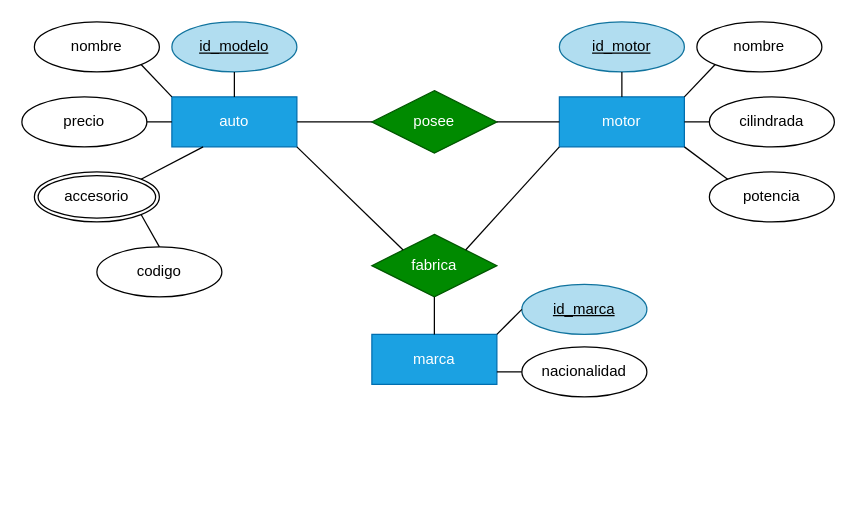
Earlier version of the draw.io diagram practica/Requerimiento 8 DER.drawio (RaTon84/Base-de-datos-UNAHUR). Source tidied: cells renumbered, new cells numbered last; positions are measured from the earlier drawing's top-left corner, leaving out a move shared by most shapes. Both pictures are drawn from the tidied source at 125%, with x=0, y=0 at pixel (21, 21).
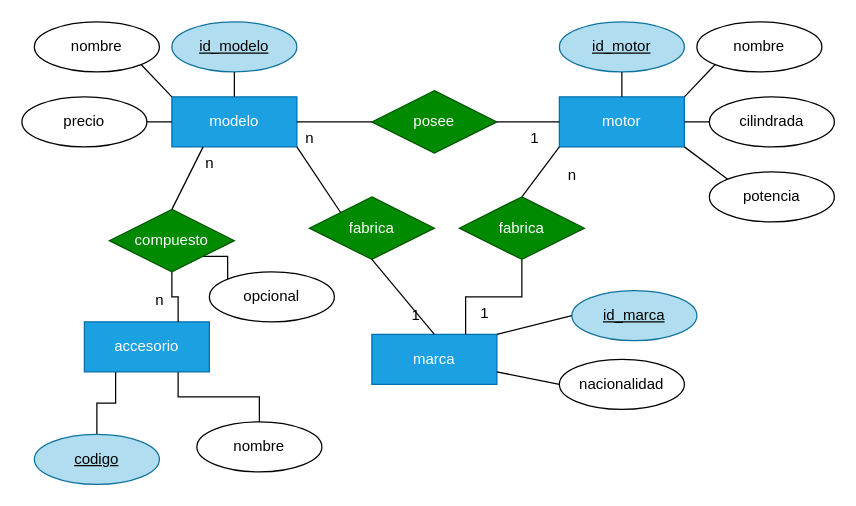
The same page after the edit.

The change refers to these unchanged cells:
```xml
<mxCell id="6" value="motor" style="whiteSpace=wrap;html=1;align=center;fillColor=#1ba1e2;fontColor=#ffffff;strokeColor=#006EAF;" parent="1" vertex="1">
  <mxGeometry x="430" y="60" width="100" height="40" as="geometry" />
</mxCell>
<mxCell id="11" value="marca" style="whiteSpace=wrap;html=1;align=center;fillColor=#1ba1e2;fontColor=#ffffff;strokeColor=#006EAF;" parent="1" vertex="1">
  <mxGeometry x="280" y="250" width="100" height="40" as="geometry" />
</mxCell>
```

What changed in the source:
```diff
@@
-    <mxCell id="2" value="auto" style="whiteSpace=wrap;html=1;align=center;fillColor=#1ba1e2;fontColor=#ffffff;strokeColor=#006EAF;" parent="1" vertex="1">
+    <mxCell id="2" value="modelo" style="whiteSpace=wrap;html=1;align=center;fillColor=#1ba1e2;fontColor=#ffffff;strokeColor=#006EAF;" parent="1" vertex="1">
       <mxGeometry x="120" y="60" width="100" height="40" as="geometry" />
     </mxCell>
@@
     <mxCell id="10" value="nacionalidad" style="ellipse;whiteSpace=wrap;html=1;align=center;" parent="1" vertex="1">
-      <mxGeometry x="400" y="260" width="100" height="40" as="geometry" />
+      <mxGeometry x="430" y="270" width="100" height="40" as="geometry" />
     </mxCell>
@@
-    <mxCell id="12" value="accesorio" style="ellipse;shape=doubleEllipse;margin=3;whiteSpace=wrap;html=1;align=center;" parent="1" vertex="1">
-      <mxGeometry x="10" y="120" width="100" height="40" as="geometry" />
-    </mxCell>
-    <mxCell id="13" value="codigo" style="ellipse;whiteSpace=wrap;html=1;align=center;" parent="1" vertex="1">
-      <mxGeometry x="60" y="180" width="100" height="40" as="geometry" />
-    </mxCell>
@@
     <mxCell id="15" value="id_marca" style="ellipse;whiteSpace=wrap;html=1;align=center;fontStyle=4;fillColor=#b1ddf0;strokeColor=#10739e;" parent="1" vertex="1">
-      <mxGeometry x="400" y="210" width="100" height="40" as="geometry" />
+      <mxGeometry x="440" y="215" width="100" height="40" as="geometry" />
     </mxCell>
@@
     <mxCell id="19" value="fabrica" style="shape=rhombus;perimeter=rhombusPerimeter;whiteSpace=wrap;html=1;align=center;fillColor=#008a00;fontColor=#ffffff;strokeColor=#005700;" parent="1" vertex="1">
-      <mxGeometry x="280" y="170" width="100" height="50" as="geometry" />
+      <mxGeometry x="230" y="140" width="100" height="50" as="geometry" />
     </mxCell>
@@
-    <mxCell id="21" style="endArrow=none;html=1;rounded=0;exitX=0;exitY=1;exitDx=0;exitDy=0;entryX=1;entryY=0;entryDx=0;entryDy=0;" parent="1" edge="1" source="6" target="19">
+    <mxCell id="21" style="endArrow=none;html=1;rounded=0;exitX=0;exitY=1;exitDx=0;exitDy=0;entryX=0.5;entryY=0;entryDx=0;entryDy=0;" parent="1" edge="1" source="6" target="46">
       <mxGeometry relative="1" as="geometry" />
     </mxCell>
@@
-    <mxCell id="32" style="endArrow=none;html=1;rounded=0;exitX=0.25;exitY=1;exitDx=0;exitDy=0;entryX=1;entryY=0;entryDx=0;entryDy=0;" parent="1" edge="1" source="2" target="12">
+    <mxCell id="32" style="endArrow=none;html=1;rounded=0;exitX=0.25;exitY=1;exitDx=0;exitDy=0;entryX=0.5;entryY=0;entryDx=0;entryDy=0;" parent="1" edge="1" source="2" target="37">
       <mxGeometry relative="1" as="geometry" />
     </mxCell>
-    <mxCell id="33" style="endArrow=none;html=1;rounded=0;exitX=1;exitY=1;exitDx=0;exitDy=0;entryX=0.5;entryY=0;entryDx=0;entryDy=0;" parent="1" edge="1" source="12" target="13">
+    <mxCell id="33" style="edgeStyle=orthogonalEdgeStyle;rounded=0;jettySize=auto;html=1;exitX=0.25;exitY=1;exitDx=0;exitDy=0;entryX=0.5;entryY=0;entryDx=0;entryDy=0;endArrow=none;endFill=0;" parent="1" edge="1" source="12" target="13">
       <mxGeometry relative="1" as="geometry" />
     </mxCell>
+    <mxCell id="34" style="edgeStyle=orthogonalEdgeStyle;rounded=0;jettySize=auto;html=1;exitX=0.75;exitY=1;exitDx=0;exitDy=0;entryX=0.5;entryY=0;entryDx=0;entryDy=0;endArrow=none;endFill=0;" parent="1" edge="1" source="12" target="38">
+      <mxGeometry relative="1" as="geometry" />
+    </mxCell>
+    <mxCell id="12" value="accesorio" style="whiteSpace=wrap;html=1;align=center;fillColor=#1ba1e2;fontColor=#ffffff;strokeColor=#006EAF;" parent="1" vertex="1">
+      <mxGeometry x="50" y="240" width="100" height="40" as="geometry" />
+    </mxCell>
+    <mxCell id="35" style="edgeStyle=orthogonalEdgeStyle;rounded=0;jettySize=auto;html=1;exitX=0.5;exitY=1;exitDx=0;exitDy=0;entryX=0.75;entryY=0;entryDx=0;entryDy=0;endArrow=none;endFill=0;" parent="1" edge="1" source="37" target="12">
+      <mxGeometry relative="1" as="geometry" />
+    </mxCell>
+    <mxCell id="36" style="edgeStyle=orthogonalEdgeStyle;rounded=0;jettySize=auto;html=1;exitX=1;exitY=1;exitDx=0;exitDy=0;entryX=0;entryY=0;entryDx=0;entryDy=0;endArrow=none;endFill=0;" parent="1" edge="1" source="37" target="39">
+      <mxGeometry relative="1" as="geometry" />
+    </mxCell>
+    <mxCell id="37" value="compuesto" style="shape=rhombus;perimeter=rhombusPerimeter;whiteSpace=wrap;html=1;align=center;fillColor=#008a00;fontColor=#ffffff;strokeColor=#005700;" parent="1" vertex="1">
+      <mxGeometry x="70" y="150" width="100" height="50" as="geometry" />
+    </mxCell>
+    <mxCell id="13" value="codigo" style="ellipse;whiteSpace=wrap;html=1;align=center;fontStyle=4;fillColor=#b1ddf0;strokeColor=#10739e;" parent="1" vertex="1">
+      <mxGeometry x="10" y="330" width="100" height="40" as="geometry" />
+    </mxCell>
+    <mxCell id="38" value="nombre" style="ellipse;whiteSpace=wrap;html=1;align=center;" parent="1" vertex="1">
+      <mxGeometry x="140" y="320" width="100" height="40" as="geometry" />
+    </mxCell>
+    <mxCell id="39" value="opcional" style="ellipse;whiteSpace=wrap;html=1;align=center;" parent="1" vertex="1">
+      <mxGeometry x="150" y="200" width="100" height="40" as="geometry" />
+    </mxCell>
+    <mxCell id="40" value="n" style="text;html=1;align=center;verticalAlign=middle;strokeColor=none;fillColor=none;" parent="1" vertex="1">
+      <mxGeometry x="135" y="98" width="30" height="30" as="geometry" />
+    </mxCell>
+    <mxCell id="41" value="n" style="text;html=1;align=center;verticalAlign=middle;strokeColor=none;fillColor=none;" parent="1" vertex="1">
+      <mxGeometry x="95" y="208" width="30" height="30" as="geometry" />
+    </mxCell>
+    <mxCell id="42" value="n" style="text;html=1;align=center;verticalAlign=middle;strokeColor=none;fillColor=none;" parent="1" vertex="1">
+      <mxGeometry x="215" y="78" width="30" height="30" as="geometry" />
+    </mxCell>
+    <mxCell id="43" value="1" style="text;html=1;align=center;verticalAlign=middle;strokeColor=none;fillColor=none;" parent="1" vertex="1">
+      <mxGeometry x="395" y="78" width="30" height="30" as="geometry" />
+    </mxCell>
+    <mxCell id="44" value="1" style="text;html=1;align=center;verticalAlign=middle;strokeColor=none;fillColor=none;" parent="1" vertex="1">
+      <mxGeometry x="300" y="220" width="30" height="30" as="geometry" />
+    </mxCell>
+    <mxCell id="45" style="edgeStyle=orthogonalEdgeStyle;rounded=0;jettySize=auto;html=1;exitX=0.5;exitY=1;exitDx=0;exitDy=0;entryX=0.75;entryY=0;entryDx=0;entryDy=0;endArrow=none;endFill=0;" parent="1" edge="1" source="46" target="11">
+      <mxGeometry relative="1" as="geometry" />
+    </mxCell>
+    <mxCell id="46" value="fabrica" style="shape=rhombus;perimeter=rhombusPerimeter;whiteSpace=wrap;html=1;align=center;fillColor=#008a00;fontColor=#ffffff;strokeColor=#005700;" parent="1" vertex="1">
+      <mxGeometry x="350" y="140" width="100" height="50" as="geometry" />
+    </mxCell>
+    <mxCell id="47" value="n" style="text;html=1;align=center;verticalAlign=middle;strokeColor=none;fillColor=none;" parent="1" vertex="1">
+      <mxGeometry x="425" y="108" width="30" height="30" as="geometry" />
+    </mxCell>
+    <mxCell id="48" value="1" style="text;html=1;align=center;verticalAlign=middle;strokeColor=none;fillColor=none;" parent="1" vertex="1">
+      <mxGeometry x="355" y="218" width="30" height="30" as="geometry" />
+    </mxCell>
```
